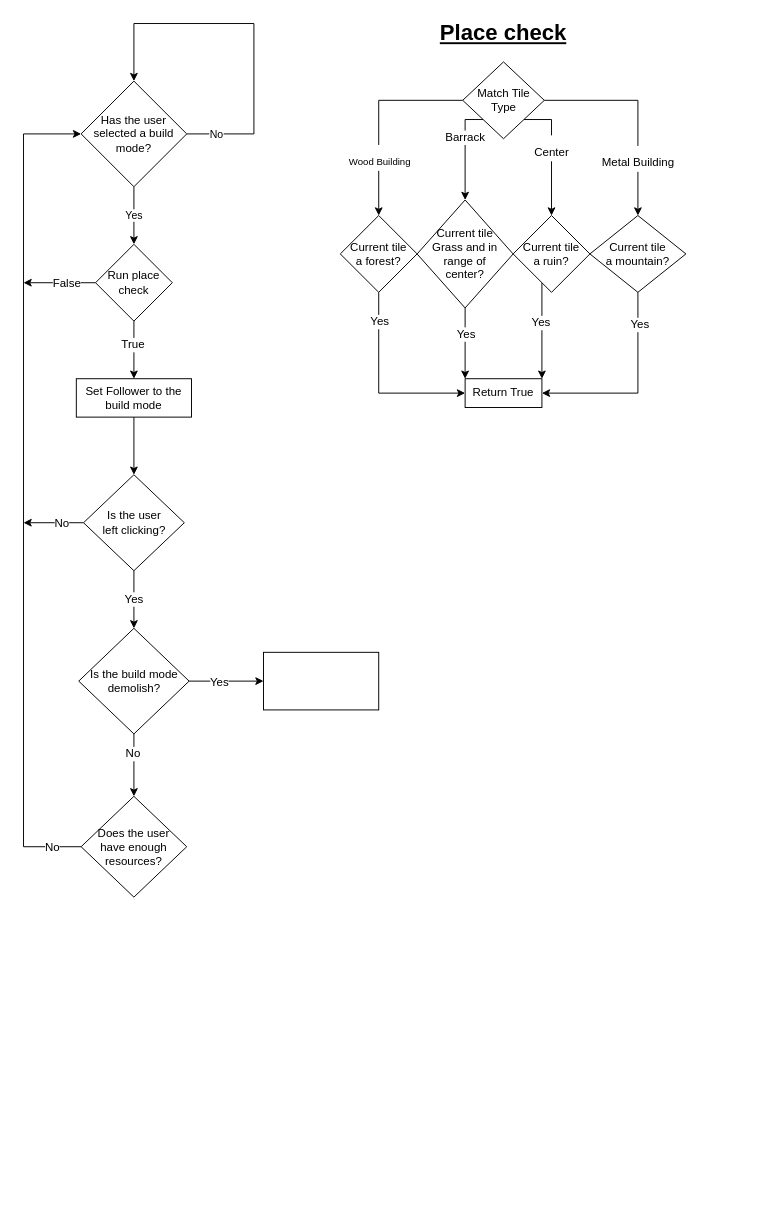
Earlier version of the draw.io diagram draw.io/Sheet.drawio (bezmuth/civ-like-a). Source tidied: cells renumbered, new cells numbered last; positions are measured from the earlier drawing's top-left corner, leaving out a move shared by most shapes. Both pictures are drawn from the tidied source at 96%, with x=0, y=0 at pixel (23, 23).
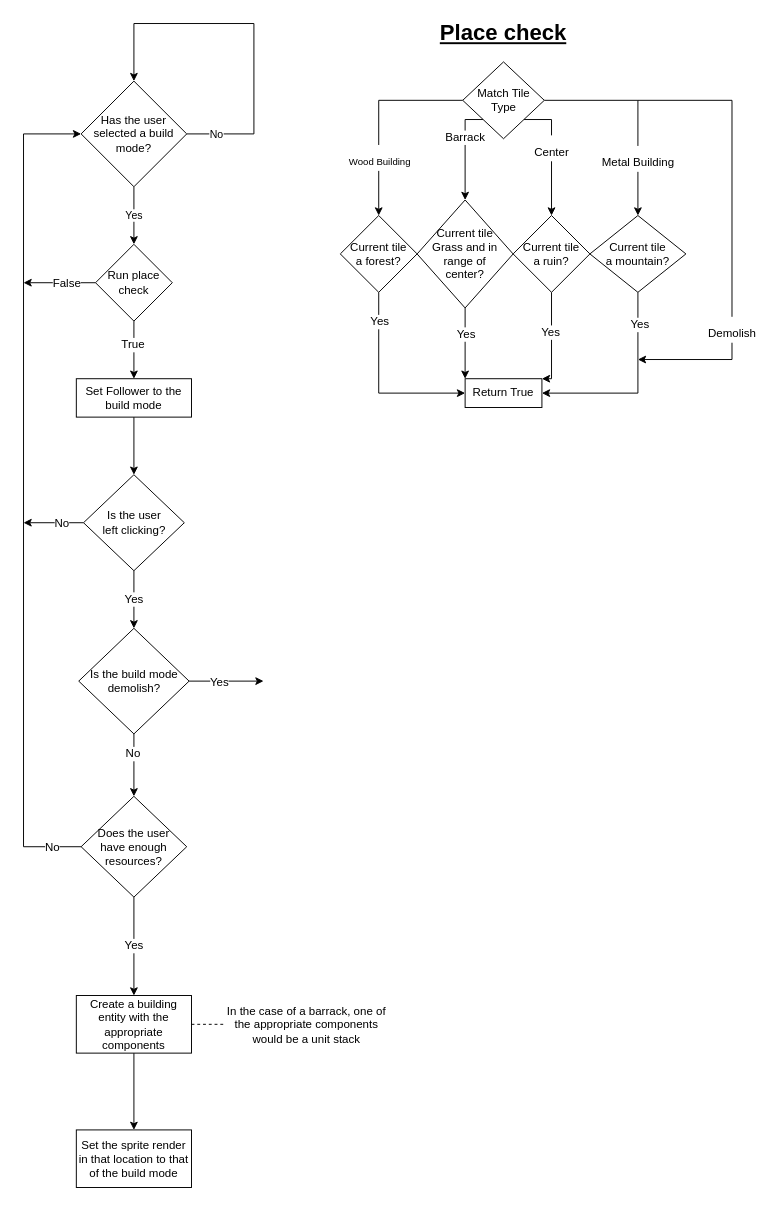
The same page after the edit.

Unchanged cells that the change refers to:
```xml
<mxCell id="21" value="&lt;div&gt;Current tile &lt;br&gt;&lt;/div&gt;&lt;div&gt;a ruin?&lt;/div&gt;" style="rhombus;whiteSpace=wrap;html=1;" parent="1" vertex="1">
  <mxGeometry x="510" y="200" width="80" height="80" as="geometry" />
</mxCell>
<mxCell id="25" value="Return True" style="rounded=0;whiteSpace=wrap;html=1;fontSize=12;" parent="1" vertex="1">
  <mxGeometry x="460" y="370" width="80" height="30" as="geometry" />
</mxCell>
<mxCell id="41" value="Is the build mode demolish?" style="rhombus;whiteSpace=wrap;html=1;" parent="1" vertex="1">
  <mxGeometry x="57.5" y="630" width="115" height="110" as="geometry" />
</mxCell>
<mxCell id="44" value="&lt;div&gt;Does the user &lt;br&gt;&lt;/div&gt;&lt;div&gt;have enough resources?&lt;/div&gt;" style="rhombus;whiteSpace=wrap;html=1;" parent="1" vertex="1">
  <mxGeometry x="60" y="805" width="110" height="105" as="geometry" />
</mxCell>
```

Diff of the diagram source:
```diff
@@
     <mxCell id="19" style="edgeStyle=orthogonalEdgeStyle;rounded=0;jettySize=auto;html=1;entryX=1;entryY=0;entryDx=0;entryDy=0;fontSize=12;" parent="1" edge="1" source="21" target="25">
       <mxGeometry relative="1" as="geometry">
         <Array as="points">
-          <mxPoint x="540" y="310" />
-          <mxPoint x="540" y="310" />
+          <mxPoint x="550" y="370" />
         </Array>
       </mxGeometry>
     </mxCell>
@@
-    <mxCell id="37" style="edgeStyle=orthogonalEdgeStyle;rounded=0;jettySize=auto;html=1;fontSize=12;" parent="1" edge="1" source="41" target="42">
-      <mxGeometry relative="1" as="geometry" />
+    <mxCell id="37" style="edgeStyle=orthogonalEdgeStyle;rounded=0;jettySize=auto;html=1;fontSize=12;" parent="1" edge="1" source="41">
+      <mxGeometry relative="1" as="geometry">
+        <mxPoint x="250" y="685" as="targetPoint" />
+      </mxGeometry>
     </mxCell>
@@
-    <mxCell id="42" style="whiteSpace=wrap;html=1;" parent="1" vertex="1">
-      <mxGeometry x="250" y="655" width="120" height="60" as="geometry" />
-    </mxCell>
@@
+    <mxCell id="45" value="Yes" style="edgeStyle=orthogonalEdgeStyle;rounded=0;jettySize=auto;html=1;fontSize=12;" parent="1" edge="1" source="44" target="47">
+      <mxGeometry relative="1" as="geometry" />
+    </mxCell>
@@
+    <mxCell id="46" style="edgeStyle=orthogonalEdgeStyle;rounded=0;jettySize=auto;html=1;fontSize=12;" parent="1" edge="1" source="47" target="48">
+      <mxGeometry relative="1" as="geometry" />
+    </mxCell>
+    <mxCell id="47" value="Create a building entity with the appropriate components" style="whiteSpace=wrap;html=1;" parent="1" vertex="1">
+      <mxGeometry x="55" y="1012.5" width="120" height="60" as="geometry" />
+    </mxCell>
+    <mxCell id="48" value="Set the sprite render in that location to that of the build mode" style="whiteSpace=wrap;html=1;" parent="1" vertex="1">
+      <mxGeometry x="55" y="1152.5" width="120" height="60" as="geometry" />
+    </mxCell>
+    <mxCell id="49" value="&lt;font style=&quot;font-size: 12px&quot;&gt;Demolish&lt;/font&gt;" style="edgeStyle=orthogonalEdgeStyle;rounded=0;orthogonalLoop=1;jettySize=auto;html=1;exitX=1;exitY=0.5;exitDx=0;exitDy=0;fontSize=23;" parent="1" edge="1">
+      <mxGeometry x="0.44" relative="1" as="geometry">
+        <mxPoint x="640" y="80" as="sourcePoint" />
+        <mxPoint x="640" y="350" as="targetPoint" />
+        <Array as="points">
+          <mxPoint x="738" y="80" />
+          <mxPoint x="738" y="350" />
+          <mxPoint x="640" y="350" />
+        </Array>
+        <mxPoint y="1" as="offset" />
+      </mxGeometry>
+    </mxCell>
+    <mxCell id="50" value="In the case of a barrack, one of the appropriate components would be a unit stack" style="text;html=1;strokeColor=none;fillColor=none;align=center;verticalAlign=middle;whiteSpace=wrap;rounded=0;fontSize=12;" parent="1" vertex="1">
+      <mxGeometry x="210" y="1032.5" width="170" height="20" as="geometry" />
+    </mxCell>
+    <mxCell id="51" style="endArrow=none;dashed=1;html=1;fontSize=12;exitX=1;exitY=0.5;exitDx=0;exitDy=0;" parent="1" edge="1" source="47" target="50">
+      <mxGeometry relative="1" as="geometry" />
+    </mxCell>
```
